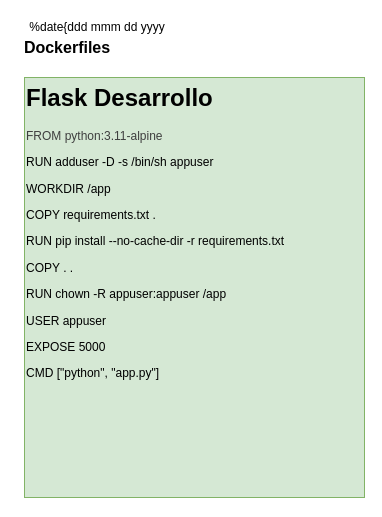
This is page "Dockerfile Flask DESA" (3 of 3) of leeme.drawio from psebass/docs, a draw.io file, before an edit. Source tidied: cells renumbered, new cells numbered last; positions are measured from the earlier drawing's top-left corner, leaving out a move shared by most shapes. Both pictures are drawn from the tidied source at 100%, with x=0, y=0 at pixel (17, 17).
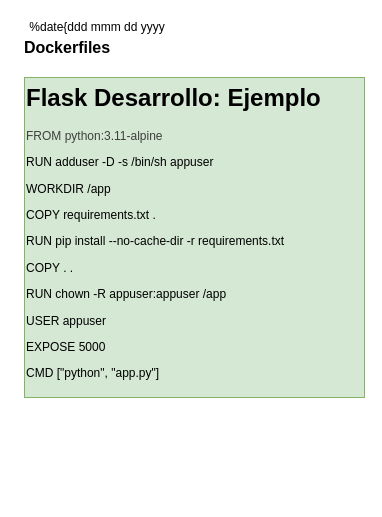
After the change.

Diff of the diagram source:
```diff
@@
 <mxGraphModel>
   <root>
     <mxCell id="0" />
     <mxCell id="1" parent="0" />
-    <mxCell id="2" value="&lt;h1 style=&quot;margin-top: 0px;&quot;&gt;Flask Desarrollo&lt;/h1&gt;&lt;p&gt;&lt;span style=&quot;color: rgb(63, 63, 63); background-color: transparent;&quot;&gt;FROM python:3.11-alpine&lt;/span&gt;&lt;/p&gt;&lt;p&gt;RUN adduser -D -s /bin/sh appuser&lt;/p&gt;&lt;p&gt;WORKDIR /app&lt;/p&gt;&lt;p&gt;COPY requirements.txt .&lt;/p&gt;&lt;p&gt;RUN pip install --no-cache-dir -r requirements.txt&lt;/p&gt;&lt;p&gt;COPY . .&lt;/p&gt;&lt;p&gt;RUN chown -R appuser:appuser /app&lt;/p&gt;&lt;p&gt;USER appuser&lt;/p&gt;&lt;p&gt;EXPOSE 5000&lt;/p&gt;&lt;p&gt;CMD [&quot;python&quot;, &quot;app.py&quot;]&lt;/p&gt;" style="text;html=1;whiteSpace=wrap;overflow=hidden;rounded=0;fillColor=#d5e8d4;strokeColor=#82b366;" parent="1" vertex="1">
-      <mxGeometry x="7" y="60" width="340" height="420" as="geometry" />
+    <mxCell id="2" value="&lt;h1 style=&quot;margin-top: 0px;&quot;&gt;Flask Desarrollo: Ejemplo&lt;/h1&gt;&lt;p&gt;&lt;span style=&quot;color: rgb(63, 63, 63); background-color: transparent;&quot;&gt;FROM python:3.11-alpine&lt;/span&gt;&lt;/p&gt;&lt;p&gt;RUN adduser -D -s /bin/sh appuser&lt;/p&gt;&lt;p&gt;WORKDIR /app&lt;/p&gt;&lt;p&gt;COPY requirements.txt .&lt;/p&gt;&lt;p&gt;RUN pip install --no-cache-dir -r requirements.txt&lt;/p&gt;&lt;p&gt;COPY . .&lt;/p&gt;&lt;p&gt;RUN chown -R appuser:appuser /app&lt;/p&gt;&lt;p&gt;USER appuser&lt;/p&gt;&lt;p&gt;EXPOSE 5000&lt;/p&gt;&lt;p&gt;CMD [&quot;python&quot;, &quot;app.py&quot;]&lt;/p&gt;" style="text;html=1;whiteSpace=wrap;overflow=hidden;rounded=0;fillColor=#d5e8d4;strokeColor=#82b366;" parent="1" vertex="1">
+      <mxGeometry x="7" y="60" width="340" height="320" as="geometry" />
     </mxCell>
     <mxCell id="3" value="&lt;font style=&quot;font-size: 16px;&quot;&gt;&lt;b&gt;Dockerfiles&lt;/b&gt;&lt;/font&gt;" style="text;html=1;align=center;verticalAlign=middle;whiteSpace=wrap;rounded=0;" parent="1" vertex="1">
       <mxGeometry x="10" y="10" width="80" height="40" as="geometry" />
     </mxCell>
     <mxCell id="4" value="%date{ddd mmm dd yyyy HH:MM:ss}%" style="text;html=1;strokeColor=none;fillColor=none;align=center;verticalAlign=middle;whiteSpace=wrap;overflow=hidden;" parent="1" vertex="1">
       <mxGeometry width="160" height="20" as="geometry" />
     </mxCell>
   </root>
 </mxGraphModel>
```
